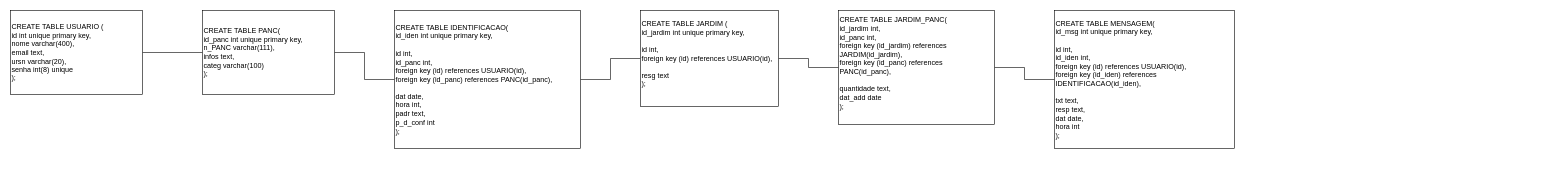
This is Diagramas/Diagrama fisico TCC.drawio from ThiagoNestor/tcc-thiago-nestor-lais-ferrari-leticia-cardoso-rebeca-carvalho, a draw.io file, before an edit. Source tidied: cells renumbered, new cells numbered last; positions are measured from the earlier drawing's top-left corner, leaving out a move shared by most shapes. Both pictures are drawn from the tidied source at 60%, with x=0, y=0 at pixel (10, 10).
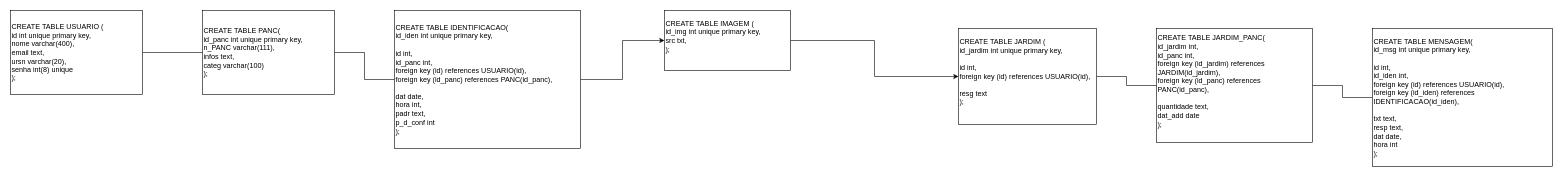
After the change.

The edit, as a diff of the source:
```diff
@@
 <mxGraphModel>
   <root>
     <mxCell id="0" />
     <mxCell id="1" parent="0" />
     <mxCell id="2" style="edgeStyle=orthogonalEdgeStyle;rounded=0;jettySize=auto;html=1;endArrow=none;endFill=0;" parent="1" edge="1" source="3" target="5">
       <mxGeometry relative="1" as="geometry" />
     </mxCell>
     <mxCell id="3" value="&lt;div&gt;CREATE TABLE USUARIO (&lt;/div&gt;&lt;div&gt;id int unique primary key,&lt;/div&gt;&lt;div&gt;nome varchar(400),&lt;/div&gt;&lt;div&gt;email text,&lt;/div&gt;&lt;div&gt;ursn varchar(20),&lt;/div&gt;&lt;div&gt;senha int(8) unique&lt;/div&gt;&lt;div style=&quot;&quot;&gt;);&lt;/div&gt;" style="rounded=0;whiteSpace=wrap;html=1;align=left;" parent="1" vertex="1">
       <mxGeometry width="220" height="140" as="geometry" />
     </mxCell>
     <mxCell id="4" style="edgeStyle=orthogonalEdgeStyle;rounded=0;jettySize=auto;html=1;endArrow=none;endFill=0;" parent="1" edge="1" source="5" target="7">
       <mxGeometry relative="1" as="geometry" />
     </mxCell>
     <mxCell id="5" value="&lt;div&gt;CREATE TABLE PANC(&lt;/div&gt;&lt;div&gt;id_panc int unique primary key,&lt;/div&gt;&lt;div&gt;n_PANC varchar(111),&lt;/div&gt;&lt;div&gt;infos text,&lt;/div&gt;&lt;div&gt;categ varchar(100)&lt;/div&gt;&lt;div&gt;);&lt;/div&gt;" style="rounded=0;whiteSpace=wrap;html=1;align=left;" parent="1" vertex="1">
       <mxGeometry x="320" width="220" height="140" as="geometry" />
     </mxCell>
-    <mxCell id="6" style="edgeStyle=orthogonalEdgeStyle;rounded=0;jettySize=auto;html=1;endArrow=none;endFill=0;" parent="1" edge="1" source="7" target="9">
-      <mxGeometry relative="1" as="geometry" />
-    </mxCell>
+    <mxCell id="13" style="edgeStyle=orthogonalEdgeStyle;rounded=0;jettySize=auto;html=1;entryX=0;entryY=0.5;entryDx=0;entryDy=0;" parent="1" edge="1" source="7" target="15">
+      <mxGeometry relative="1" as="geometry" />
+    </mxCell>
     <mxCell id="7" value="&lt;div&gt;CREATE TABLE IDENTIFICACAO(&lt;/div&gt;&lt;div&gt;id_iden int unique primary key,&lt;/div&gt;&lt;div&gt;&lt;br&gt;&lt;/div&gt;&lt;div&gt;id int,&lt;/div&gt;&lt;div&gt;id_panc int,&lt;/div&gt;&lt;div&gt;foreign key (id) references USUARIO(id),&lt;/div&gt;&lt;div&gt;foreign key (id_panc) references PANC(id_panc),&lt;/div&gt;&lt;div&gt;&lt;br&gt;&lt;/div&gt;&lt;div&gt;dat date,&lt;/div&gt;&lt;div&gt;hora int,&lt;/div&gt;&lt;div&gt;padr text,&lt;/div&gt;&lt;div&gt;p_d_conf int&lt;/div&gt;&lt;div&gt;);&lt;/div&gt;" style="rounded=0;whiteSpace=wrap;html=1;align=left;" parent="1" vertex="1">
       <mxGeometry x="640" width="310" height="230" as="geometry" />
     </mxCell>
     <mxCell id="8" style="edgeStyle=orthogonalEdgeStyle;rounded=0;jettySize=auto;html=1;endArrow=none;endFill=0;" parent="1" edge="1" source="9" target="11">
       <mxGeometry relative="1" as="geometry" />
     </mxCell>
     <mxCell id="9" value="&lt;div&gt;CREATE TABLE JARDIM (&lt;/div&gt;&lt;div&gt;id_jardim int unique primary key,&lt;/div&gt;&lt;div&gt;&lt;br&gt;&lt;/div&gt;&lt;div&gt;id int,&lt;/div&gt;&lt;div&gt;foreign key (id) references USUARIO(id),&lt;/div&gt;&lt;div&gt;&lt;br&gt;&lt;/div&gt;&lt;div&gt;resg text&lt;/div&gt;&lt;div&gt;);&lt;/div&gt;&lt;div&gt;&lt;br&gt;&lt;/div&gt;" style="rounded=0;whiteSpace=wrap;html=1;align=left;" parent="1" vertex="1">
-      <mxGeometry x="1050" width="230" height="160" as="geometry" />
+      <mxGeometry x="1580" y="30" width="230" height="160" as="geometry" />
     </mxCell>
     <mxCell id="10" style="edgeStyle=orthogonalEdgeStyle;rounded=0;jettySize=auto;html=1;endArrow=none;endFill=0;" parent="1" edge="1" source="11" target="12">
       <mxGeometry relative="1" as="geometry" />
     </mxCell>
     <mxCell id="11" value="&lt;div&gt;&lt;div&gt;CREATE TABLE JARDIM_PANC(&lt;/div&gt;&lt;div&gt;id_jardim int,&lt;/div&gt;&lt;div&gt;id_panc int,&lt;/div&gt;&lt;div&gt;foreign key (id_jardim) references JARDIM(id_jardim),&lt;/div&gt;&lt;div&gt;foreign key (id_panc) references PANC(id_panc),&lt;/div&gt;&lt;div&gt;&lt;br&gt;&lt;/div&gt;&lt;div&gt;quantidade text,&lt;/div&gt;&lt;div&gt;dat_add date&lt;/div&gt;&lt;div&gt;);&lt;/div&gt;&lt;/div&gt;&lt;div&gt;&lt;br&gt;&lt;/div&gt;" style="rounded=0;whiteSpace=wrap;html=1;align=left;" parent="1" vertex="1">
-      <mxGeometry x="1380" width="260" height="190" as="geometry" />
+      <mxGeometry x="1910" y="30" width="260" height="190" as="geometry" />
     </mxCell>
     <mxCell id="12" value="&lt;div&gt;&lt;div&gt;&lt;div&gt;CREATE TABLE MENSAGEM(&lt;/div&gt;&lt;div&gt;id_msg int unique primary key,&lt;/div&gt;&lt;div&gt;&lt;br&gt;&lt;/div&gt;&lt;div&gt;id int,&lt;/div&gt;&lt;div&gt;id_iden int,&lt;/div&gt;&lt;div&gt;foreign key (id) references USUARIO(id),&lt;/div&gt;&lt;div&gt;foreign key (id_iden) references IDENTIFICACAO(id_iden),&lt;/div&gt;&lt;div&gt;&lt;br&gt;&lt;/div&gt;&lt;div&gt;txt text,&lt;/div&gt;&lt;div&gt;resp text,&lt;/div&gt;&lt;div&gt;dat date,&lt;/div&gt;&lt;div&gt;hora int&lt;/div&gt;&lt;div&gt;);&lt;/div&gt;&lt;/div&gt;&lt;/div&gt;" style="rounded=0;whiteSpace=wrap;html=1;align=left;" parent="1" vertex="1">
-      <mxGeometry x="1740" width="300" height="230" as="geometry" />
+      <mxGeometry x="2270" y="30" width="300" height="230" as="geometry" />
     </mxCell>
+    <mxCell id="14" style="edgeStyle=orthogonalEdgeStyle;rounded=0;jettySize=auto;html=1;entryX=0;entryY=0.5;entryDx=0;entryDy=0;" parent="1" edge="1" source="15" target="9">
+      <mxGeometry relative="1" as="geometry" />
+    </mxCell>
+    <mxCell id="15" value="&lt;div&gt;CREATE TABLE IMAGEM (&lt;/div&gt;&lt;div&gt;id_img int unique primary key,&lt;/div&gt;&lt;div&gt;src txt,&lt;/div&gt;&lt;div&gt;);&lt;/div&gt;&lt;div style=&quot;&quot;&gt;&lt;br style=&quot;&quot;&gt;&lt;/div&gt;" style="rounded=0;whiteSpace=wrap;html=1;align=left;" parent="1" vertex="1">
+      <mxGeometry x="1090" width="210" height="100" as="geometry" />
+    </mxCell>
   </root>
 </mxGraphModel>
```
